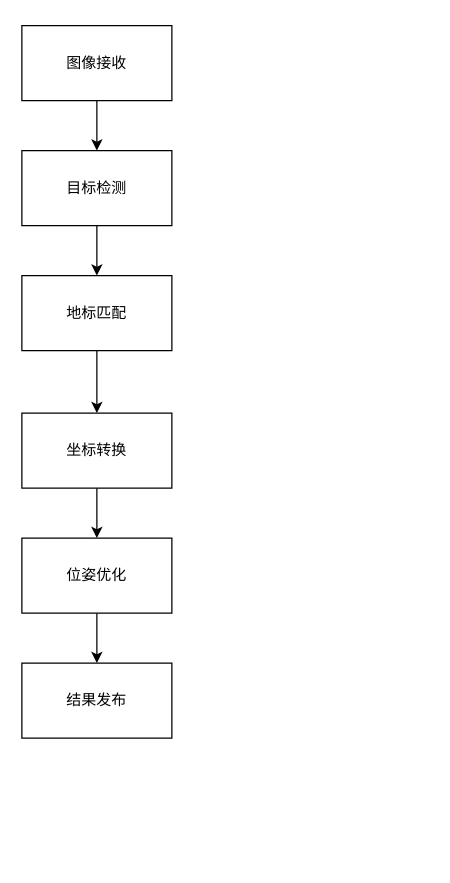
archwolf118/AI keeps this draw.io diagram as 第七章作业.drawio. Above is the earlier version. Source tidied: cells renumbered, new cells numbered last; positions are measured from the earlier drawing's top-left corner, leaving out a move shared by most shapes. Both pictures are drawn from the tidied source at 125%, with x=0, y=0 at pixel (21, 25).
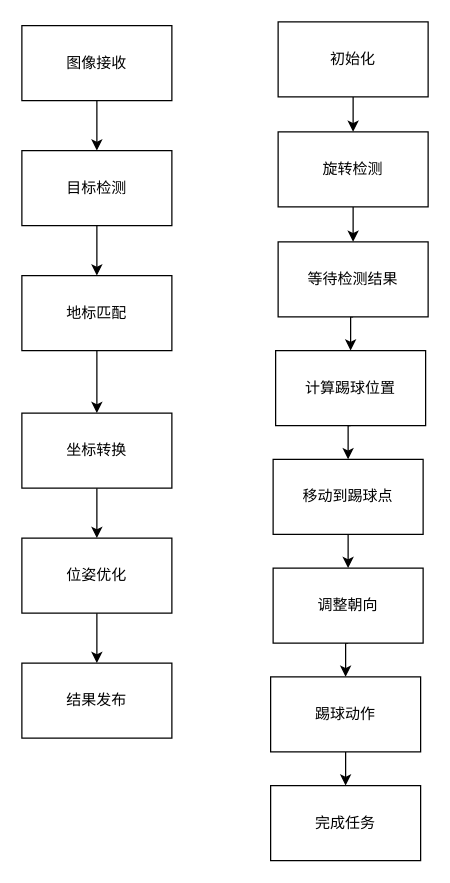
Above is the later version.

Commit message:
Update 第七章作业.drawio

Diff of the diagram source:
```diff
@@
+    <mxCell id="13" style="edgeStyle=orthogonalEdgeStyle;rounded=0;jettySize=auto;html=1;exitX=0.5;exitY=1;exitDx=0;exitDy=0;entryX=0.5;entryY=0;entryDx=0;entryDy=0;" parent="1" edge="1" source="14" target="16">
+      <mxGeometry relative="1" as="geometry" />
+    </mxCell>
+    <mxCell id="14" value="初始化" style="rounded=0;whiteSpace=wrap;html=1;" parent="1" vertex="1">
+      <mxGeometry x="205" y="-3" width="120" height="60" as="geometry" />
+    </mxCell>
+    <mxCell id="15" style="edgeStyle=orthogonalEdgeStyle;rounded=0;jettySize=auto;html=1;exitX=0.5;exitY=1;exitDx=0;exitDy=0;entryX=0.5;entryY=0;entryDx=0;entryDy=0;" parent="1" edge="1" source="16" target="18">
+      <mxGeometry relative="1" as="geometry" />
+    </mxCell>
+    <mxCell id="16" value="旋转检测" style="rounded=0;whiteSpace=wrap;html=1;" parent="1" vertex="1">
+      <mxGeometry x="205" y="85" width="120" height="60" as="geometry" />
+    </mxCell>
+    <mxCell id="17" style="edgeStyle=orthogonalEdgeStyle;rounded=0;jettySize=auto;html=1;exitX=0.5;exitY=1;exitDx=0;exitDy=0;entryX=0.5;entryY=0;entryDx=0;entryDy=0;" parent="1" edge="1" source="18" target="20">
+      <mxGeometry relative="1" as="geometry" />
+    </mxCell>
+    <mxCell id="18" value="等待检测结果" style="rounded=0;whiteSpace=wrap;html=1;" parent="1" vertex="1">
+      <mxGeometry x="205" y="173" width="120" height="60" as="geometry" />
+    </mxCell>
+    <mxCell id="19" style="edgeStyle=orthogonalEdgeStyle;rounded=0;jettySize=auto;html=1;exitX=0.5;exitY=1;exitDx=0;exitDy=0;entryX=0.5;entryY=0;entryDx=0;entryDy=0;" parent="1" edge="1" source="20" target="22">
+      <mxGeometry relative="1" as="geometry" />
+    </mxCell>
+    <mxCell id="20" value="计算踢球位置" style="rounded=0;whiteSpace=wrap;html=1;" parent="1" vertex="1">
+      <mxGeometry x="203" y="260" width="120" height="60" as="geometry" />
+    </mxCell>
+    <mxCell id="21" style="edgeStyle=orthogonalEdgeStyle;rounded=0;jettySize=auto;html=1;exitX=0.5;exitY=1;exitDx=0;exitDy=0;entryX=0.5;entryY=0;entryDx=0;entryDy=0;" parent="1" edge="1" source="22" target="24">
+      <mxGeometry relative="1" as="geometry" />
+    </mxCell>
+    <mxCell id="22" value="移动到踢球点" style="rounded=0;whiteSpace=wrap;html=1;" parent="1" vertex="1">
+      <mxGeometry x="201" y="347" width="120" height="60" as="geometry" />
+    </mxCell>
+    <mxCell id="23" style="edgeStyle=orthogonalEdgeStyle;rounded=0;jettySize=auto;html=1;exitX=0.5;exitY=1;exitDx=0;exitDy=0;entryX=0.5;entryY=0;entryDx=0;entryDy=0;" parent="1" edge="1" source="24" target="26">
+      <mxGeometry relative="1" as="geometry" />
+    </mxCell>
+    <mxCell id="24" value="调整朝向" style="rounded=0;whiteSpace=wrap;html=1;" parent="1" vertex="1">
+      <mxGeometry x="201" y="434" width="120" height="60" as="geometry" />
+    </mxCell>
+    <mxCell id="25" style="edgeStyle=orthogonalEdgeStyle;rounded=0;jettySize=auto;html=1;exitX=0.5;exitY=1;exitDx=0;exitDy=0;entryX=0.5;entryY=0;entryDx=0;entryDy=0;" parent="1" edge="1" source="26" target="27">
+      <mxGeometry relative="1" as="geometry" />
+    </mxCell>
+    <mxCell id="26" value="踢球动作" style="rounded=0;whiteSpace=wrap;html=1;" parent="1" vertex="1">
+      <mxGeometry x="199" y="521" width="120" height="60" as="geometry" />
+    </mxCell>
+    <mxCell id="27" value="完成任务" style="rounded=0;whiteSpace=wrap;html=1;" parent="1" vertex="1">
+      <mxGeometry x="199" y="608" width="120" height="60" as="geometry" />
+    </mxCell>
```
